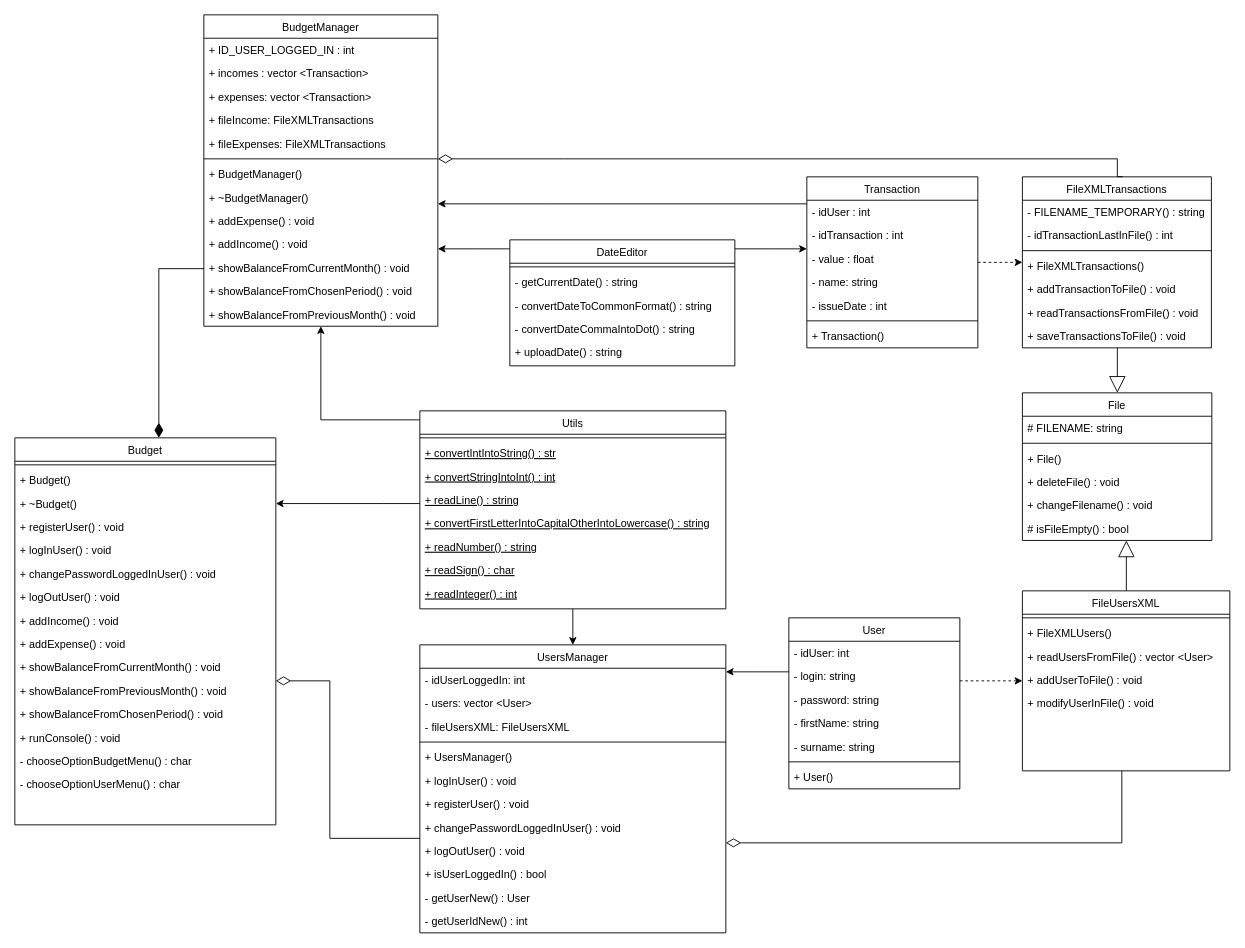
Earlier version of the draw.io diagram doc/uml-diagram.drawio (MichalWilczek/your-budget). Source tidied: cells renumbered, new cells numbered last; positions are measured from the earlier drawing's top-left corner, leaving out a move shared by most shapes. Both pictures are drawn from the tidied source at 90%, with x=0, y=0 at pixel (14, 14).
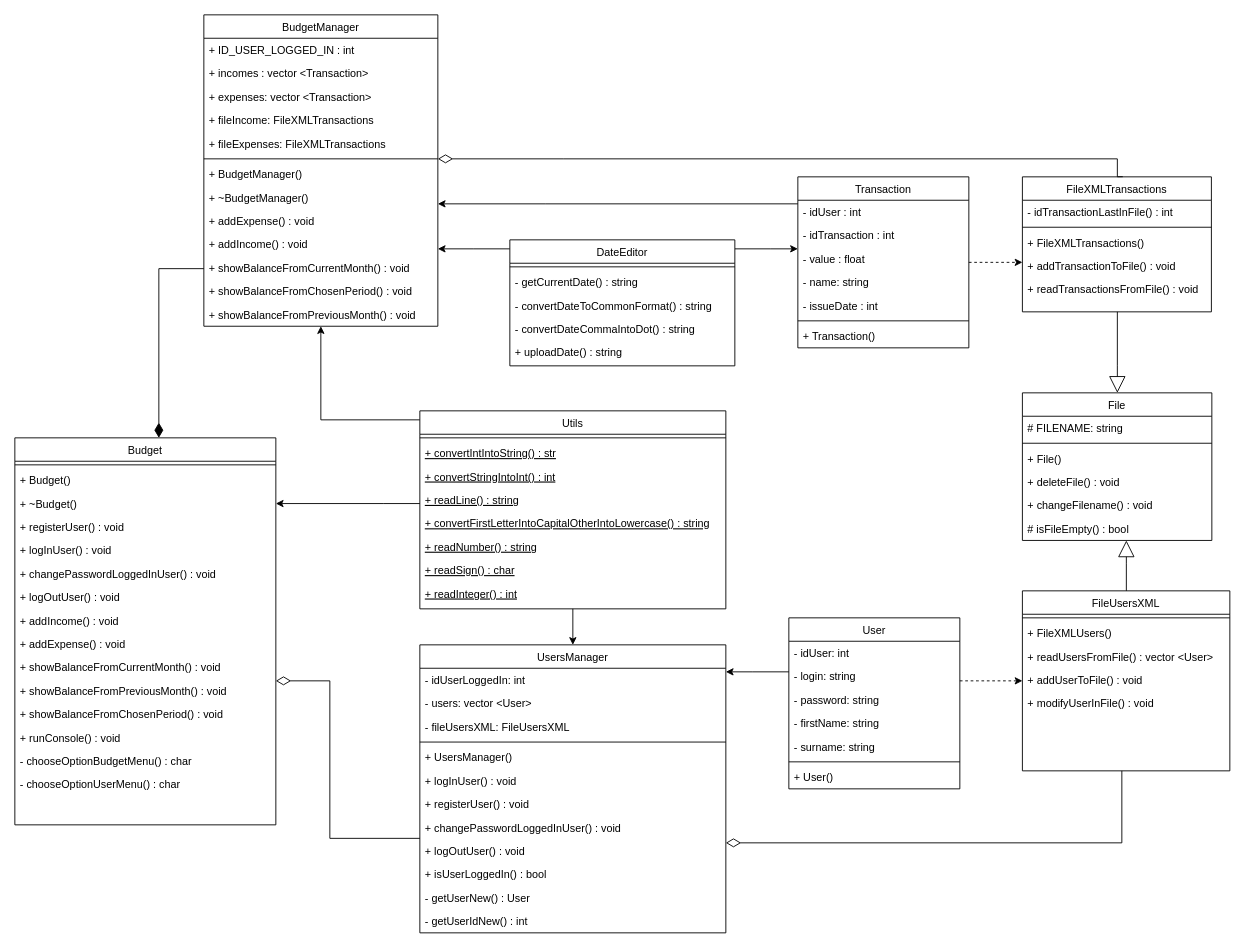
The same page after the edit.

What changed in the source:
```diff
@@
     <mxCell id="91" value="Transaction" style="swimlane;fontStyle=0;align=center;verticalAlign=top;horizontal=1;startSize=26;rounded=0;shadow=0;strokeWidth=1;" parent="1" vertex="1">
-      <mxGeometry x="880" y="180" width="190" height="190" as="geometry" />
+      <mxGeometry x="870" y="180" width="190" height="190" as="geometry" />
     </mxCell>
@@
     <mxCell id="100" value="FileXMLTransactions" style="swimlane;fontStyle=0;align=center;verticalAlign=top;horizontal=1;startSize=26;rounded=0;shadow=0;strokeWidth=1;" parent="1" vertex="1">
-      <mxGeometry x="1119.5" y="180" width="210" height="190" as="geometry" />
+      <mxGeometry x="1119.5" y="180" width="210" height="150" as="geometry" />
     </mxCell>
-    <mxCell id="101" value="- FILENAME_TEMPORARY() : string" style="text;align=left;verticalAlign=top;spacingLeft=4;spacingRight=4;overflow=hidden;" parent="100" vertex="1">
-      <mxGeometry y="26" width="210" height="26" as="geometry" />
-    </mxCell>
     <mxCell id="102" value="- idTransactionLastInFile() : int" style="text;align=left;verticalAlign=top;spacingLeft=4;spacingRight=4;overflow=hidden;" parent="100" vertex="1">
-      <mxGeometry y="52" width="210" height="26" as="geometry" />
+      <mxGeometry y="26" width="210" height="26" as="geometry" />
     </mxCell>
     <mxCell id="103" style="line;html=1;strokeWidth=1;align=left;verticalAlign=middle;spacingTop=-1;spacingLeft=3;spacingRight=3;labelPosition=right;" parent="100" vertex="1">
-      <mxGeometry y="78" width="210" height="8" as="geometry" />
+      <mxGeometry y="52" width="210" height="8" as="geometry" />
     </mxCell>
     <mxCell id="104" value="+ FileXMLTransactions()" style="text;align=left;verticalAlign=top;spacingLeft=4;spacingRight=4;overflow=hidden;" parent="100" vertex="1">
-      <mxGeometry y="86" width="210" height="26" as="geometry" />
+      <mxGeometry y="60" width="210" height="26" as="geometry" />
     </mxCell>
     <mxCell id="105" value="+ addTransactionToFile() : void" style="text;align=left;verticalAlign=top;spacingLeft=4;spacingRight=4;overflow=hidden;" parent="100" vertex="1">
-      <mxGeometry y="112" width="210" height="26" as="geometry" />
+      <mxGeometry y="86" width="210" height="26" as="geometry" />
     </mxCell>
     <mxCell id="106" value="+ readTransactionsFromFile() : void" style="text;align=left;verticalAlign=top;spacingLeft=4;spacingRight=4;overflow=hidden;" parent="100" vertex="1">
-      <mxGeometry y="138" width="210" height="26" as="geometry" />
+      <mxGeometry y="112" width="210" height="26" as="geometry" />
     </mxCell>
-    <mxCell id="107" value="+ saveTransactionsToFile() : void" style="text;align=left;verticalAlign=top;spacingLeft=4;spacingRight=4;overflow=hidden;" parent="100" vertex="1">
-      <mxGeometry y="164" width="210" height="26" as="geometry" />
-    </mxCell>
```
